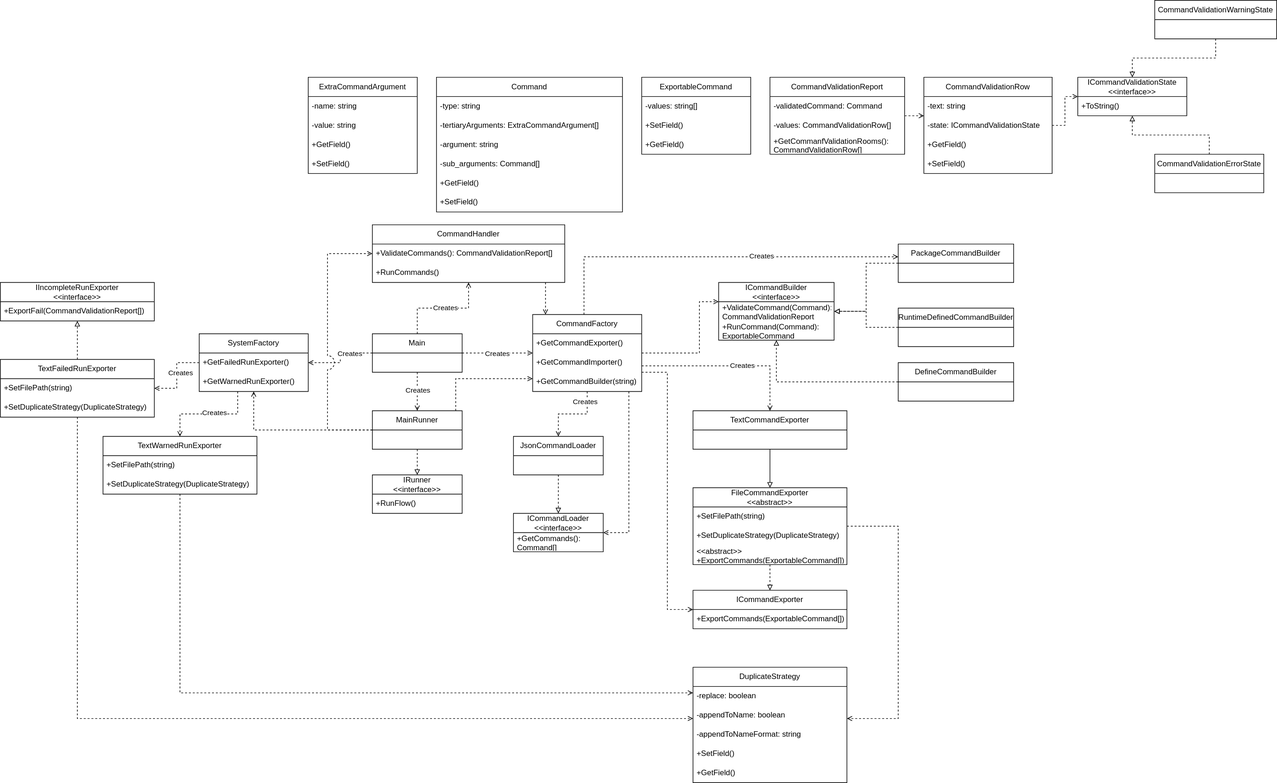
oldmartijntje/arch-installer keeps this draw.io diagram as InstallScriptGenerator/uml-class diagram.svg. Above is the earlier version. Source tidied: cells renumbered, new cells last; positions are measured from the earlier drawing's top-left corner, leaving out a move shared by most shapes.
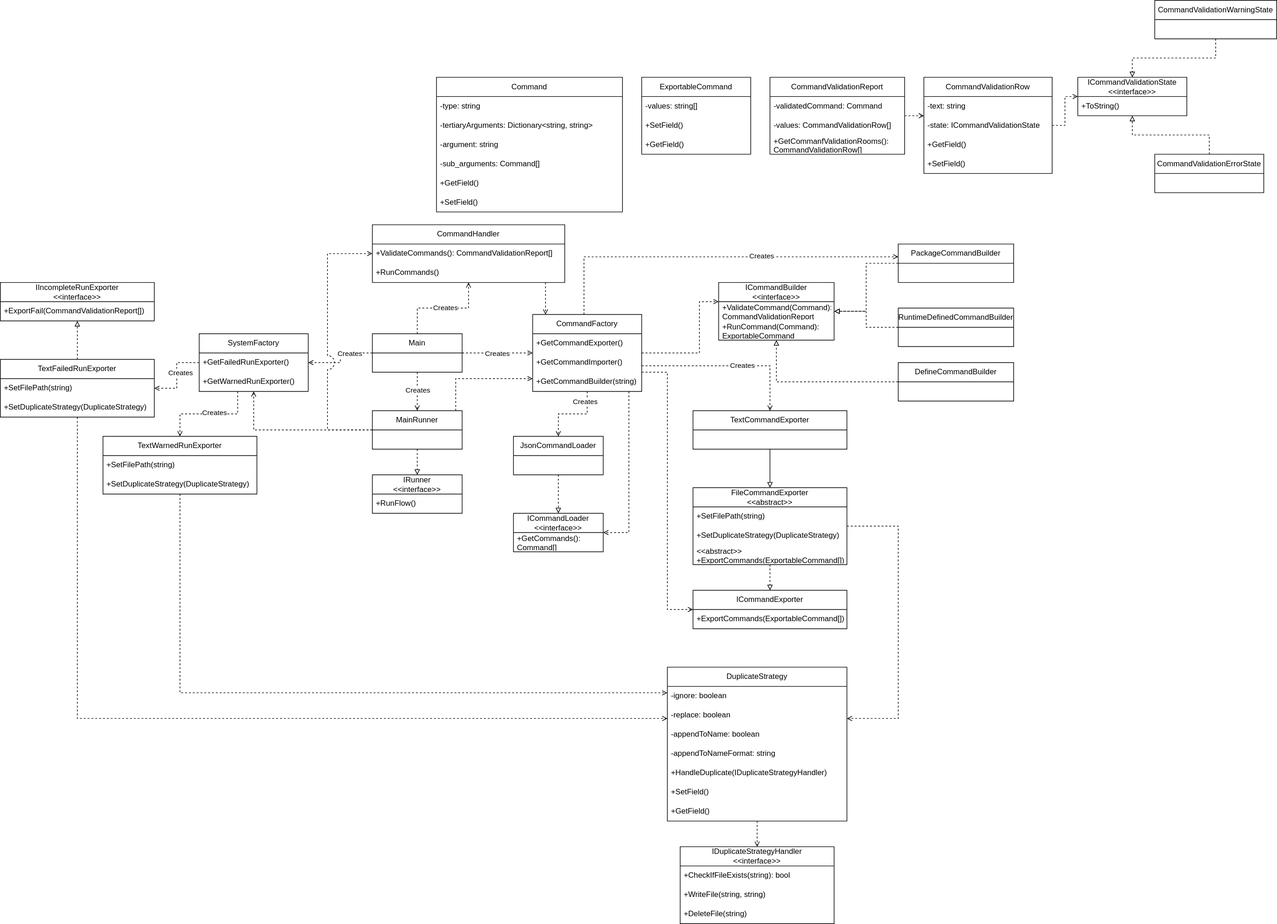
The same diagram one commit later.

Commit message:
create the command class

also updated the uml
has default getters and setters

Diff of the diagram source:
```diff
@@ -51,7 +51,7 @@
     <mxCell id="16" value="-type: string" style="text;strokeColor=none;fillColor=none;align=left;verticalAlign=middle;spacingLeft=4;spacingRight=4;overflow=hidden;whiteSpace=wrap;html=1;" parent="15" vertex="1">
       <mxGeometry y="30" width="290" height="30" as="geometry" />
     </mxCell>
-    <mxCell id="17" value="-tertiaryArguments:&amp;nbsp;ExtraCommandArgument[]" style="text;strokeColor=none;fillColor=none;align=left;verticalAlign=middle;spacingLeft=4;spacingRight=4;overflow=hidden;whiteSpace=wrap;html=1;" parent="15" vertex="1">
+    <mxCell id="17" value="-tertiaryArguments: Dictionary&amp;lt;string, string&amp;gt;" style="text;strokeColor=none;fillColor=none;align=left;verticalAlign=middle;spacingLeft=4;spacingRight=4;overflow=hidden;whiteSpace=wrap;html=1;" parent="15" vertex="1">
       <mxGeometry y="60" width="290" height="30" as="geometry" />
     </mxCell>
     <mxCell id="18" value="-argument: string" style="text;strokeColor=none;fillColor=none;align=left;verticalAlign=middle;spacingLeft=4;spacingRight=4;overflow=hidden;whiteSpace=wrap;html=1;" parent="15" vertex="1">
@@ -181,23 +181,32 @@
     <mxCell id="49" value="TextCommandExporter" style="swimlane;fontStyle=0;horizontal=1;startSize=30;whiteSpace=wrap;html=1;" parent="1" vertex="1">
       <mxGeometry x="1080" y="640" width="240" height="60" as="geometry" />
     </mxCell>
+    <mxCell id="115" style="edgeStyle=orthogonalEdgeStyle;rounded=0;jettySize=auto;html=1;dashed=1;endArrow=open;endFill=0;" parent="1" edge="1" source="50" target="118">
+      <mxGeometry relative="1" as="geometry" />
+    </mxCell>
     <mxCell id="50" value="DuplicateStrategy" style="swimlane;fontStyle=0;horizontal=1;startSize=30;whiteSpace=wrap;html=1;" parent="1" vertex="1">
-      <mxGeometry x="1080" y="1040" width="240" height="180" as="geometry" />
+      <mxGeometry x="1040" y="1040" width="280" height="240" as="geometry" />
     </mxCell>
+    <mxCell id="116" value="-ignore: boolean" style="text;strokeColor=none;fillColor=none;align=left;verticalAlign=middle;spacingLeft=4;spacingRight=4;overflow=hidden;whiteSpace=wrap;html=1;" parent="50" vertex="1">
+      <mxGeometry y="30" width="280" height="30" as="geometry" />
+    </mxCell>
     <mxCell id="51" value="-replace: boolean" style="text;strokeColor=none;fillColor=none;align=left;verticalAlign=middle;spacingLeft=4;spacingRight=4;overflow=hidden;whiteSpace=wrap;html=1;" parent="50" vertex="1">
-      <mxGeometry y="30" width="240" height="30" as="geometry" />
+      <mxGeometry y="60" width="280" height="30" as="geometry" />
     </mxCell>
     <mxCell id="52" value="-appendToName: boolean" style="text;strokeColor=none;fillColor=none;align=left;verticalAlign=middle;spacingLeft=4;spacingRight=4;overflow=hidden;whiteSpace=wrap;html=1;" parent="50" vertex="1">
-      <mxGeometry y="60" width="240" height="30" as="geometry" />
+      <mxGeometry y="90" width="280" height="30" as="geometry" />
     </mxCell>
     <mxCell id="53" value="-appendToNameFormat: string" style="text;strokeColor=none;fillColor=none;align=left;verticalAlign=middle;spacingLeft=4;spacingRight=4;overflow=hidden;whiteSpace=wrap;html=1;" parent="50" vertex="1">
-      <mxGeometry y="90" width="240" height="30" as="geometry" />
+      <mxGeometry y="120" width="280" height="30" as="geometry" />
     </mxCell>
+    <mxCell id="117" value="+HandleDuplicate(IDuplicateStrategyHandler)" style="text;strokeColor=none;fillColor=none;align=left;verticalAlign=middle;spacingLeft=4;spacingRight=4;overflow=hidden;whiteSpace=wrap;html=1;" parent="50" vertex="1">
+      <mxGeometry y="150" width="280" height="30" as="geometry" />
+    </mxCell>
     <mxCell id="54" value="+SetField()" style="text;strokeColor=none;fillColor=none;align=left;verticalAlign=middle;spacingLeft=4;spacingRight=4;overflow=hidden;whiteSpace=wrap;html=1;" parent="50" vertex="1">
-      <mxGeometry y="120" width="240" height="30" as="geometry" />
+      <mxGeometry y="180" width="280" height="30" as="geometry" />
     </mxCell>
     <mxCell id="55" value="+GetField()" style="text;strokeColor=none;fillColor=none;align=left;verticalAlign=middle;spacingLeft=4;spacingRight=4;overflow=hidden;whiteSpace=wrap;html=1;" parent="50" vertex="1">
-      <mxGeometry y="150" width="240" height="30" as="geometry" />
+      <mxGeometry y="210" width="280" height="30" as="geometry" />
     </mxCell>
     <mxCell id="56" style="edgeStyle=orthogonalEdgeStyle;rounded=0;jettySize=auto;html=1;entryX=0.5;entryY=0;entryDx=0;entryDy=0;endArrow=block;endFill=0;dashed=1;" parent="1" edge="1" source="58" target="46">
       <mxGeometry relative="1" as="geometry" />
@@ -393,20 +402,17 @@
     <mxCell id="109" value="+SetDuplicateStrategy(DuplicateStrategy)" style="text;strokeColor=none;fillColor=none;align=left;verticalAlign=middle;spacingLeft=4;spacingRight=4;overflow=hidden;whiteSpace=wrap;html=1;" parent="107" vertex="1">
       <mxGeometry y="60" width="240" height="30" as="geometry" />
     </mxCell>
-    <mxCell id="110" value="ExtraCommandArgument" style="swimlane;fontStyle=0;horizontal=1;startSize=30;whiteSpace=wrap;html=1;" parent="1" vertex="1">
-      <mxGeometry x="480" y="120" width="170" height="150" as="geometry" />
-    </mxCell>
-    <mxCell id="111" value="-name: string" style="text;strokeColor=none;fillColor=none;align=left;verticalAlign=middle;spacingLeft=4;spacingRight=4;overflow=hidden;whiteSpace=wrap;html=1;" parent="110" vertex="1">
-      <mxGeometry y="30" width="170" height="30" as="geometry" />
-    </mxCell>
-    <mxCell id="112" value="-value: string" style="text;strokeColor=none;fillColor=none;align=left;verticalAlign=middle;spacingLeft=4;spacingRight=4;overflow=hidden;whiteSpace=wrap;html=1;" parent="110" vertex="1">
-      <mxGeometry y="60" width="170" height="30" as="geometry" />
-    </mxCell>
-    <mxCell id="113" value="+GetField()" style="text;strokeColor=none;fillColor=none;align=left;verticalAlign=middle;spacingLeft=4;spacingRight=4;overflow=hidden;whiteSpace=wrap;html=1;" parent="110" vertex="1">
-      <mxGeometry y="90" width="170" height="30" as="geometry" />
-    </mxCell>
-    <mxCell id="114" value="+SetField()" style="text;strokeColor=none;fillColor=none;align=left;verticalAlign=middle;spacingLeft=4;spacingRight=4;overflow=hidden;whiteSpace=wrap;html=1;" parent="110" vertex="1">
-      <mxGeometry y="120" width="170" height="30" as="geometry" />
-    </mxCell>
+    <mxCell id="118" value="IDuplicateStrategyHandler&lt;br&gt;&amp;lt;&amp;lt;interface&amp;gt;&amp;gt;" style="swimlane;fontStyle=0;horizontal=1;startSize=30;whiteSpace=wrap;html=1;" parent="1" vertex="1">
+      <mxGeometry x="1060" y="1320" width="240" height="120" as="geometry" />
+    </mxCell>
+    <mxCell id="119" value="+CheckIfFileExists(string): bool" style="text;strokeColor=none;fillColor=none;align=left;verticalAlign=middle;spacingLeft=4;spacingRight=4;overflow=hidden;whiteSpace=wrap;html=1;" parent="118" vertex="1">
+      <mxGeometry y="30" width="240" height="30" as="geometry" />
+    </mxCell>
+    <mxCell id="120" value="+WriteFile(string, string)" style="text;strokeColor=none;fillColor=none;align=left;verticalAlign=middle;spacingLeft=4;spacingRight=4;overflow=hidden;whiteSpace=wrap;html=1;" parent="118" vertex="1">
+      <mxGeometry y="60" width="240" height="30" as="geometry" />
+    </mxCell>
+    <mxCell id="121" value="+DeleteFile(string)" style="text;strokeColor=none;fillColor=none;align=left;verticalAlign=middle;spacingLeft=4;spacingRight=4;overflow=hidden;whiteSpace=wrap;html=1;" parent="118" vertex="1">
+      <mxGeometry y="90" width="240" height="30" as="geometry" />
+    </mxCell>
   </root>
 </mxGraphModel>
```
